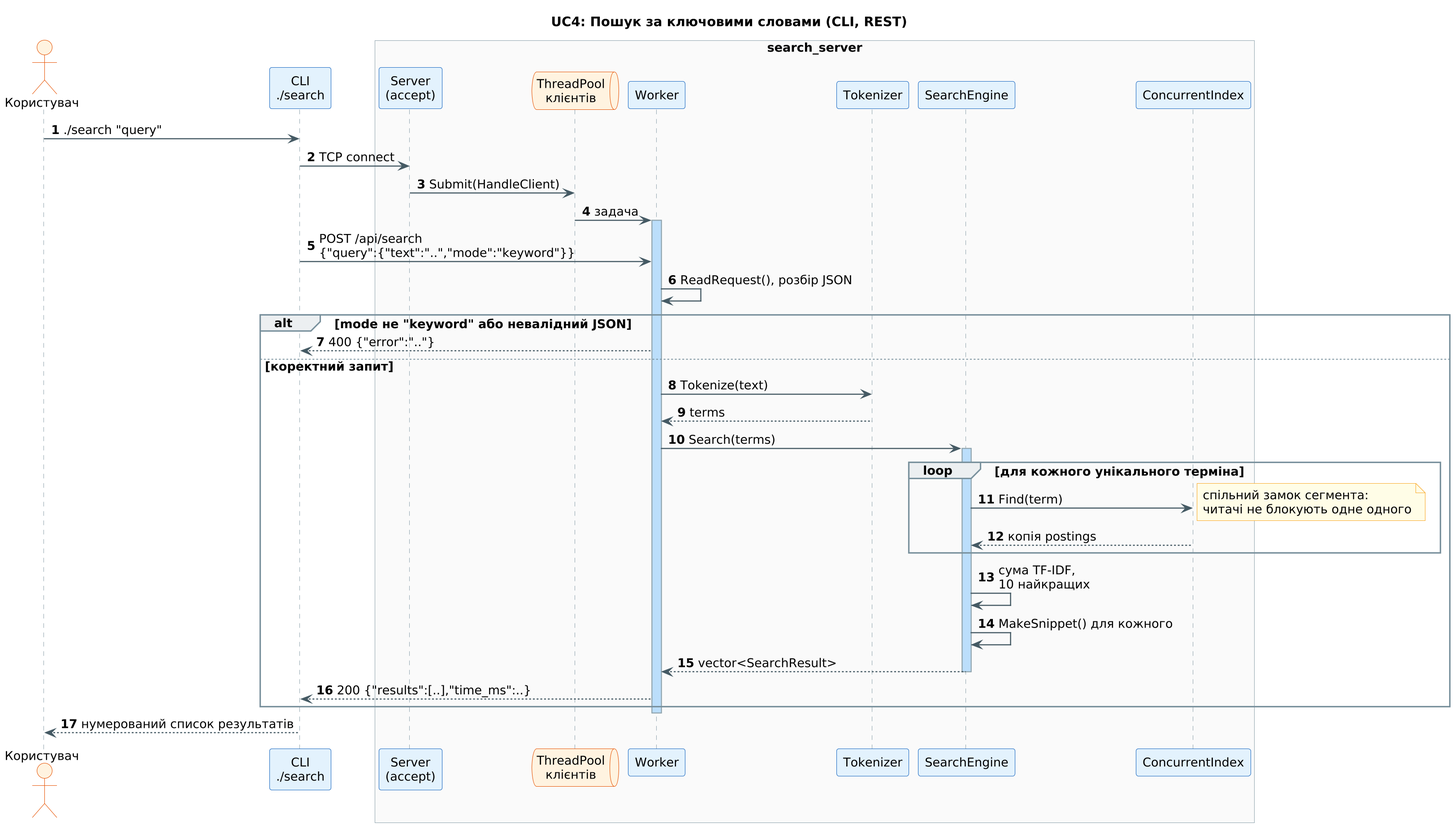
vlb103/parallel-search-engine keeps this PlantUML diagram as docs/uml/seq_search_rest.png. Above is the earlier version.
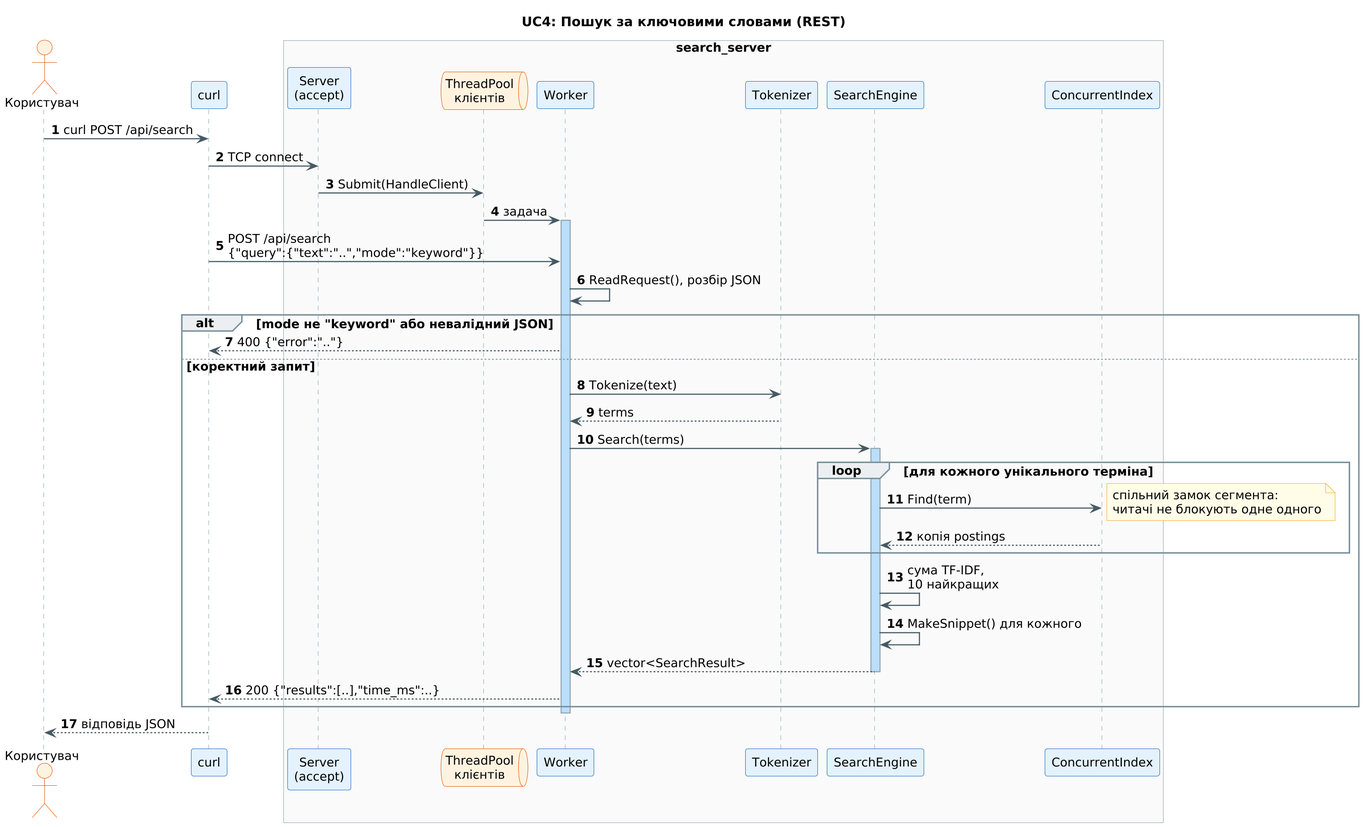
After the commit.

Change to the diagram source:
```diff
@@ -1,10 +1,10 @@
 @startuml seq_search_rest
 !include style.iuml
 autonumber
-title UC4: Пошук за ключовими словами (CLI, REST)
+title UC4: Пошук за ключовими словами (REST)
 
 actor "Користувач" as User
-participant "CLI\n./search" as Cli
+participant "curl" as Cli
 box "search_server" #FAFAFA
   participant "Server\n(accept)" as Server
   queue "ThreadPool\nклієнтів" as Pool
@@ -14,7 +14,7 @@
   participant "ConcurrentIndex" as Index
 end box
 
-User -> Cli : ./search "query"
+User -> Cli : curl POST /api/search
 Cli -> Server : TCP connect
 Server -> Pool : Submit(HandleClient)
 Pool -> Worker : задача
@@ -41,5 +41,5 @@
   Worker --> Cli : 200 {"results":[..],"time_ms":..}
 end
 deactivate Worker
-Cli --> User : нумерований список результатів
+Cli --> User : відповідь JSON
 @enduml
```
